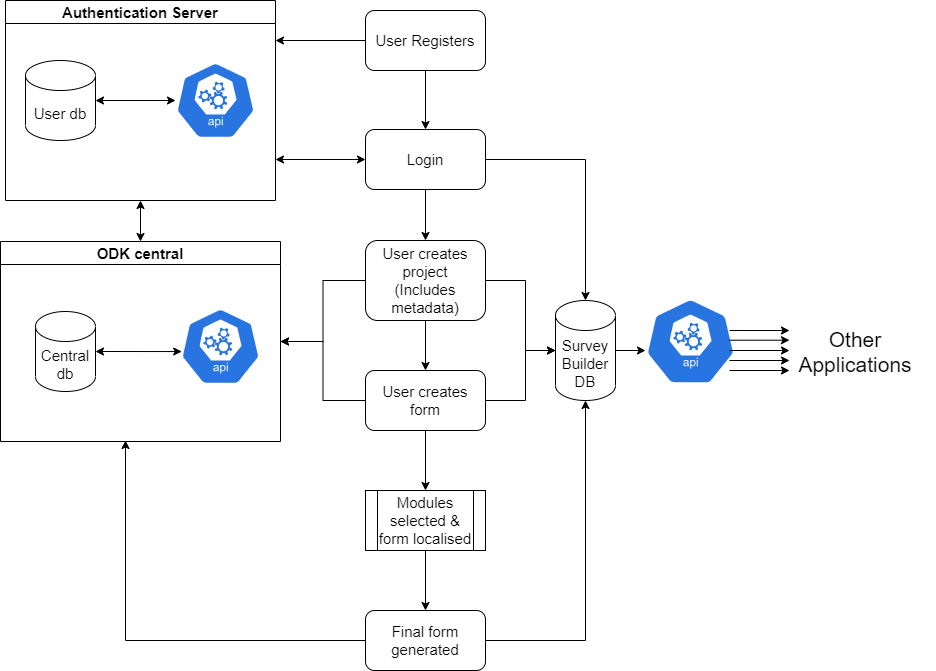
Above: source/images/survey_builder_process.png in l-gorman/rhomis-docs (draw.io), before the change. Source tidied: cells renumbered, new cells last; positions are measured from the earlier drawing's top-left corner, leaving out a move shared by most shapes.
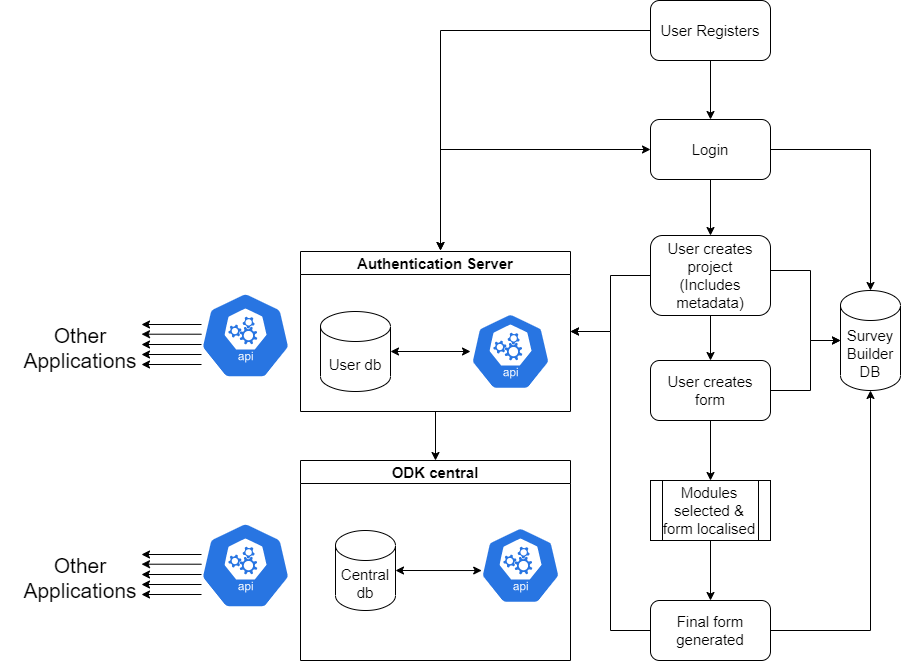
The same file after the commit.

Diff of the diagram source:
```diff
@@ -5,39 +5,31 @@
     <mxCell id="2" style="edgeStyle=orthogonalEdgeStyle;rounded=0;jettySize=auto;html=1;exitX=0.5;exitY=1;exitDx=0;exitDy=0;entryX=0.5;entryY=0;entryDx=0;entryDy=0;startArrow=none;startFill=0;fontSize=15;" parent="1" edge="1" source="4" target="8">
       <mxGeometry relative="1" as="geometry" />
     </mxCell>
-    <mxCell id="3" style="edgeStyle=orthogonalEdgeStyle;rounded=0;jettySize=auto;html=1;exitX=0;exitY=0.5;exitDx=0;exitDy=0;startArrow=none;startFill=0;fontSize=15;" parent="1" edge="1" source="4">
-      <mxGeometry relative="1" as="geometry">
-        <mxPoint x="275" y="40" as="targetPoint" />
-      </mxGeometry>
-    </mxCell>
+    <mxCell id="40" style="edgeStyle=orthogonalEdgeStyle;rounded=0;jettySize=auto;html=1;exitX=0;exitY=0.5;exitDx=0;exitDy=0;fontColor=#E6E6E6;startArrow=none;startFill=0;endArrow=classic;endFill=1;strokeColor=#000000;" parent="1" edge="1" source="4">
+      <mxGeometry relative="1" as="geometry">
+        <mxPoint x="155" y="260" as="targetPoint" />
+      </mxGeometry>
+    </mxCell>
     <mxCell id="4" value="User Registers" style="rounded=1;whiteSpace=wrap;html=1;fontSize=15;" parent="1" vertex="1">
       <mxGeometry x="365" y="10" width="120" height="60" as="geometry" />
     </mxCell>
     <mxCell id="5" style="edgeStyle=orthogonalEdgeStyle;rounded=0;jettySize=auto;html=1;exitX=0.5;exitY=1;exitDx=0;exitDy=0;entryX=0.5;entryY=0;entryDx=0;entryDy=0;startArrow=none;startFill=0;fontSize=15;" parent="1" edge="1" source="8" target="14">
       <mxGeometry relative="1" as="geometry" />
     </mxCell>
-    <mxCell id="6" style="edgeStyle=orthogonalEdgeStyle;rounded=0;jettySize=auto;html=1;exitX=0;exitY=0.5;exitDx=0;exitDy=0;startArrow=classic;startFill=1;fontSize=15;" parent="1" edge="1" source="8">
-      <mxGeometry relative="1" as="geometry">
-        <mxPoint x="275" y="159" as="targetPoint" />
-      </mxGeometry>
-    </mxCell>
     <mxCell id="7" style="edgeStyle=orthogonalEdgeStyle;rounded=0;jettySize=auto;html=1;exitX=1;exitY=0.5;exitDx=0;exitDy=0;entryX=0.5;entryY=0;entryDx=0;entryDy=0;entryPerimeter=0;startArrow=none;startFill=0;fontSize=15;" parent="1" edge="1" source="8" target="10">
       <mxGeometry relative="1" as="geometry" />
     </mxCell>
+    <mxCell id="41" style="edgeStyle=orthogonalEdgeStyle;rounded=0;jettySize=auto;html=1;exitX=0;exitY=0.5;exitDx=0;exitDy=0;fontColor=#E6E6E6;startArrow=classic;startFill=1;endArrow=classic;endFill=1;strokeColor=#000000;" parent="1" edge="1" source="8">
+      <mxGeometry relative="1" as="geometry">
+        <mxPoint x="155" y="260" as="targetPoint" />
+      </mxGeometry>
+    </mxCell>
     <mxCell id="8" value="Login" style="rounded=1;whiteSpace=wrap;html=1;fontSize=15;" parent="1" vertex="1">
       <mxGeometry x="365" y="129" width="120" height="60" as="geometry" />
     </mxCell>
-    <mxCell id="9" style="edgeStyle=orthogonalEdgeStyle;rounded=0;jettySize=auto;html=1;exitX=1;exitY=0.5;exitDx=0;exitDy=0;exitPerimeter=0;entryX=0;entryY=0.61;entryDx=0;entryDy=0;entryPerimeter=0;fontSize=15;startArrow=none;startFill=0;" parent="1" edge="1" source="10" target="33">
-      <mxGeometry relative="1" as="geometry" />
-    </mxCell>
     <mxCell id="10" value="Survey Builder DB" style="shape=cylinder3;whiteSpace=wrap;html=1;boundedLbl=1;backgroundOutline=1;size=15;fontSize=15;" parent="1" vertex="1">
       <mxGeometry x="555" y="300" width="60" height="100" as="geometry" />
     </mxCell>
-    <mxCell id="11" style="edgeStyle=orthogonalEdgeStyle;rounded=0;jettySize=auto;html=1;exitX=0;exitY=0.5;exitDx=0;exitDy=0;entryX=1;entryY=0.5;entryDx=0;entryDy=0;startArrow=none;startFill=0;fontSize=15;" parent="1" edge="1" target="24">
-      <mxGeometry relative="1" as="geometry">
-        <mxPoint x="365" y="280" as="sourcePoint" />
-      </mxGeometry>
-    </mxCell>
     <mxCell id="12" style="edgeStyle=orthogonalEdgeStyle;rounded=0;jettySize=auto;html=1;exitX=0.5;exitY=1;exitDx=0;exitDy=0;entryX=0.5;entryY=0;entryDx=0;entryDy=0;startArrow=none;startFill=0;fontSize=15;" parent="1" edge="1" source="14" target="18">
       <mxGeometry relative="1" as="geometry" />
     </mxCell>
@@ -49,12 +41,12 @@
         </Array>
       </mxGeometry>
     </mxCell>
+    <mxCell id="42" style="edgeStyle=orthogonalEdgeStyle;rounded=0;jettySize=auto;html=1;exitX=0;exitY=0.5;exitDx=0;exitDy=0;entryX=1;entryY=0.5;entryDx=0;entryDy=0;fontColor=#E6E6E6;startArrow=none;startFill=0;endArrow=classic;endFill=1;strokeColor=#000000;" parent="1" edge="1" source="14" target="20">
+      <mxGeometry relative="1" as="geometry" />
+    </mxCell>
     <mxCell id="14" value="User creates project&lt;br style=&quot;font-size: 15px;&quot;&gt;(Includes metadata)" style="rounded=1;whiteSpace=wrap;html=1;fontSize=15;" parent="1" vertex="1">
-      <mxGeometry x="365" y="240" width="120" height="80" as="geometry" />
+      <mxGeometry x="365" y="245" width="120" height="80" as="geometry" />
     </mxCell>
-    <mxCell id="15" style="edgeStyle=orthogonalEdgeStyle;rounded=0;jettySize=auto;html=1;exitX=0;exitY=0.5;exitDx=0;exitDy=0;entryX=1;entryY=0.5;entryDx=0;entryDy=0;startArrow=none;startFill=0;fontSize=15;" parent="1" edge="1" source="18" target="24">
-      <mxGeometry relative="1" as="geometry" />
-    </mxCell>
     <mxCell id="16" style="edgeStyle=orthogonalEdgeStyle;rounded=0;jettySize=auto;html=1;exitX=0.5;exitY=1;exitDx=0;exitDy=0;entryX=0.5;entryY=0;entryDx=0;entryDy=0;startArrow=none;startFill=0;fontSize=15;" parent="1" edge="1" source="18">
       <mxGeometry relative="1" as="geometry">
         <mxPoint x="425" y="490" as="targetPoint" />
@@ -72,11 +64,11 @@
     <mxCell id="18" value="User creates form" style="rounded=1;whiteSpace=wrap;html=1;fontSize=15;" parent="1" vertex="1">
       <mxGeometry x="365" y="370" width="120" height="60" as="geometry" />
     </mxCell>
-    <mxCell id="19" style="edgeStyle=orthogonalEdgeStyle;rounded=0;jettySize=auto;html=1;exitX=0.5;exitY=1;exitDx=0;exitDy=0;entryX=0.5;entryY=0;entryDx=0;entryDy=0;startArrow=classic;startFill=1;fontSize=15;" parent="1" edge="1" source="20" target="24">
+    <mxCell id="19" style="edgeStyle=orthogonalEdgeStyle;rounded=0;jettySize=auto;html=1;exitX=0.5;exitY=1;exitDx=0;exitDy=0;entryX=0.5;entryY=0;entryDx=0;entryDy=0;fontColor=#E6E6E6;startArrow=none;startFill=0;endArrow=classic;endFill=1;strokeColor=#000000;" parent="1" edge="1" source="20" target="24">
       <mxGeometry relative="1" as="geometry" />
     </mxCell>
     <mxCell id="20" value="Authentication Server" style="swimlane;fontSize=15;" parent="1" vertex="1">
-      <mxGeometry x="5" width="270" height="200" as="geometry" />
+      <mxGeometry x="15" y="261" width="270" height="160" as="geometry" />
     </mxCell>
     <mxCell id="21" style="html=1;dashed=0;whitespace=wrap;fillColor=#2875E2;strokeColor=#ffffff;points=[[0.005,0.63,0],[0.1,0.2,0],[0.9,0.2,0],[0.5,0,0],[0.995,0.63,0],[0.72,0.99,0],[0.5,1,0],[0.28,0.99,0]];shape=mxgraph.kubernetes.icon;prIcon=api;fontSize=15;" parent="20" vertex="1">
       <mxGeometry x="170" y="55" width="80" height="90" as="geometry" />
@@ -88,7 +80,7 @@
       <mxGeometry x="20" y="60" width="70" height="80" as="geometry" />
     </mxCell>
     <mxCell id="24" value="ODK central" style="swimlane;fontSize=15;" parent="1" vertex="1">
-      <mxGeometry y="241" width="280" height="200" as="geometry" />
+      <mxGeometry x="15" y="470" width="270" height="200" as="geometry" />
     </mxCell>
     <mxCell id="25" style="html=1;dashed=0;whitespace=wrap;fillColor=#2875E2;strokeColor=#ffffff;points=[[0.005,0.63,0],[0.1,0.2,0],[0.9,0.2,0],[0.5,0,0],[0.995,0.63,0],[0.72,0.99,0],[0.5,1,0],[0.28,0.99,0]];shape=mxgraph.kubernetes.icon;prIcon=api;fontSize=15;" parent="24" vertex="1">
       <mxGeometry x="180" y="60" width="80" height="90" as="geometry" />
@@ -105,52 +97,86 @@
     <mxCell id="29" value="Modules selected &amp;amp; form localised" style="shape=process;whiteSpace=wrap;html=1;backgroundOutline=1;fontSize=15;" parent="1" vertex="1">
       <mxGeometry x="365" y="490" width="120" height="60" as="geometry" />
     </mxCell>
-    <mxCell id="30" style="edgeStyle=orthogonalEdgeStyle;rounded=0;jettySize=auto;html=1;exitX=0;exitY=0.5;exitDx=0;exitDy=0;startArrow=none;startFill=0;fontSize=15;" parent="1" edge="1" source="32">
-      <mxGeometry relative="1" as="geometry">
-        <mxPoint x="125" y="440" as="targetPoint" />
-      </mxGeometry>
-    </mxCell>
     <mxCell id="31" style="edgeStyle=orthogonalEdgeStyle;rounded=0;jettySize=auto;html=1;exitX=1;exitY=0.5;exitDx=0;exitDy=0;entryX=0.5;entryY=1;entryDx=0;entryDy=0;entryPerimeter=0;fontSize=15;startArrow=none;startFill=0;" parent="1" edge="1" source="32" target="10">
       <mxGeometry relative="1" as="geometry" />
     </mxCell>
+    <mxCell id="43" style="edgeStyle=orthogonalEdgeStyle;rounded=0;jettySize=auto;html=1;exitX=0;exitY=0.5;exitDx=0;exitDy=0;entryX=1;entryY=0.5;entryDx=0;entryDy=0;fontColor=#E6E6E6;startArrow=none;startFill=0;endArrow=classic;endFill=1;strokeColor=#000000;" parent="1" edge="1" source="32" target="20">
+      <mxGeometry relative="1" as="geometry" />
+    </mxCell>
     <mxCell id="32" value="Final form generated" style="rounded=1;whiteSpace=wrap;html=1;fontSize=15;" parent="1" vertex="1">
       <mxGeometry x="365" y="610" width="120" height="60" as="geometry" />
     </mxCell>
-    <mxCell id="33" style="html=1;dashed=0;whitespace=wrap;fillColor=#2875E2;strokeColor=#ffffff;points=[[0.005,0.63,0],[0.1,0.2,0],[0.9,0.2,0],[0.5,0,0],[0.995,0.63,0],[0.72,0.99,0],[0.5,1,0],[0.28,0.99,0]];shape=mxgraph.kubernetes.icon;prIcon=api;" parent="1" vertex="1">
-      <mxGeometry x="645" y="296" width="90" height="90" as="geometry" />
-    </mxCell>
-    <mxCell id="34" style="endArrow=classic;html=1;" parent="1" edge="1">
-      <mxGeometry relative="1" as="geometry">
-        <mxPoint x="729" y="330" as="sourcePoint" />
-        <mxPoint x="789" y="330" as="targetPoint" />
-      </mxGeometry>
-    </mxCell>
-    <mxCell id="35" style="endArrow=classic;html=1;" parent="1" edge="1">
-      <mxGeometry relative="1" as="geometry">
-        <mxPoint x="729" y="339.7" as="sourcePoint" />
-        <mxPoint x="789" y="339.7" as="targetPoint" />
-      </mxGeometry>
-    </mxCell>
-    <mxCell id="36" style="endArrow=classic;html=1;" parent="1" edge="1">
-      <mxGeometry relative="1" as="geometry">
-        <mxPoint x="729" y="350" as="sourcePoint" />
-        <mxPoint x="789" y="350" as="targetPoint" />
-      </mxGeometry>
-    </mxCell>
-    <mxCell id="37" style="endArrow=classic;html=1;" parent="1" edge="1">
-      <mxGeometry relative="1" as="geometry">
-        <mxPoint x="729" y="360" as="sourcePoint" />
-        <mxPoint x="789" y="360" as="targetPoint" />
-      </mxGeometry>
-    </mxCell>
-    <mxCell id="38" style="endArrow=classic;html=1;" parent="1" edge="1">
-      <mxGeometry relative="1" as="geometry">
-        <mxPoint x="729" y="370" as="sourcePoint" />
-        <mxPoint x="789" y="370" as="targetPoint" />
-      </mxGeometry>
-    </mxCell>
-    <mxCell id="39" value="Other Applications" style="text;html=1;strokeColor=none;fillColor=none;align=center;verticalAlign=middle;whiteSpace=wrap;rounded=0;fontSize=21;" parent="1" vertex="1">
-      <mxGeometry x="775" y="322" width="160" height="58" as="geometry" />
-    </mxCell>
+    <mxCell id="44" style="html=1;dashed=0;whitespace=wrap;fillColor=#2875E2;strokeColor=#ffffff;shape=mxgraph.kubernetes.icon;prIcon=api;" parent="1" vertex="1">
+      <mxGeometry x="-85" y="300" width="90" height="90" as="geometry" />
+    </mxCell>
+    <mxCell id="45" style="endArrow=none;html=1;startArrow=classic;startFill=1;endFill=0;" parent="1" edge="1">
+      <mxGeometry relative="1" as="geometry">
+        <mxPoint x="-144" y="334" as="sourcePoint" />
+        <mxPoint x="-84" y="334" as="targetPoint" />
+      </mxGeometry>
+    </mxCell>
+    <mxCell id="46" style="endArrow=none;html=1;startArrow=classic;startFill=1;endFill=0;" parent="1" edge="1">
+      <mxGeometry relative="1" as="geometry">
+        <mxPoint x="-144" y="343.7" as="sourcePoint" />
+        <mxPoint x="-84" y="343.7" as="targetPoint" />
+      </mxGeometry>
+    </mxCell>
+    <mxCell id="47" style="endArrow=none;html=1;startArrow=classic;startFill=1;endFill=0;" parent="1" edge="1">
+      <mxGeometry relative="1" as="geometry">
+        <mxPoint x="-144" y="354" as="sourcePoint" />
+        <mxPoint x="-84" y="354" as="targetPoint" />
+      </mxGeometry>
+    </mxCell>
+    <mxCell id="48" style="endArrow=none;html=1;startArrow=classic;startFill=1;endFill=0;" parent="1" edge="1">
+      <mxGeometry relative="1" as="geometry">
+        <mxPoint x="-144" y="364" as="sourcePoint" />
+        <mxPoint x="-84" y="364" as="targetPoint" />
+      </mxGeometry>
+    </mxCell>
+    <mxCell id="49" style="endArrow=none;html=1;startArrow=classic;startFill=1;endFill=0;" parent="1" edge="1">
+      <mxGeometry relative="1" as="geometry">
+        <mxPoint x="-144" y="374" as="sourcePoint" />
+        <mxPoint x="-84" y="374" as="targetPoint" />
+      </mxGeometry>
+    </mxCell>
+    <mxCell id="50" value="Other Applications" style="text;html=1;strokeColor=none;fillColor=none;align=center;verticalAlign=middle;whiteSpace=wrap;rounded=0;fontSize=21;" parent="1" vertex="1">
+      <mxGeometry x="-285" y="328" width="160" height="58" as="geometry" />
+    </mxCell>
+    <mxCell id="51" style="html=1;dashed=0;whitespace=wrap;fillColor=#2875E2;strokeColor=#ffffff;shape=mxgraph.kubernetes.icon;prIcon=api;" parent="1" vertex="1">
+      <mxGeometry x="-85" y="530" width="90" height="90" as="geometry" />
+    </mxCell>
+    <mxCell id="52" style="endArrow=none;html=1;startArrow=classic;startFill=1;endFill=0;" parent="1" edge="1">
+      <mxGeometry relative="1" as="geometry">
+        <mxPoint x="-144" y="564" as="sourcePoint" />
+        <mxPoint x="-84" y="564" as="targetPoint" />
+      </mxGeometry>
+    </mxCell>
+    <mxCell id="53" style="endArrow=none;html=1;startArrow=classic;startFill=1;endFill=0;" parent="1" edge="1">
+      <mxGeometry relative="1" as="geometry">
+        <mxPoint x="-144" y="573.7" as="sourcePoint" />
+        <mxPoint x="-84" y="573.7" as="targetPoint" />
+      </mxGeometry>
+    </mxCell>
+    <mxCell id="54" style="endArrow=none;html=1;startArrow=classic;startFill=1;endFill=0;" parent="1" edge="1">
+      <mxGeometry relative="1" as="geometry">
+        <mxPoint x="-144" y="584" as="sourcePoint" />
+        <mxPoint x="-84" y="584" as="targetPoint" />
+      </mxGeometry>
+    </mxCell>
+    <mxCell id="55" style="endArrow=none;html=1;startArrow=classic;startFill=1;endFill=0;" parent="1" edge="1">
+      <mxGeometry relative="1" as="geometry">
+        <mxPoint x="-144" y="594" as="sourcePoint" />
+        <mxPoint x="-84" y="594" as="targetPoint" />
+      </mxGeometry>
+    </mxCell>
+    <mxCell id="56" style="endArrow=none;html=1;startArrow=classic;startFill=1;endFill=0;" parent="1" edge="1">
+      <mxGeometry relative="1" as="geometry">
+        <mxPoint x="-144" y="604" as="sourcePoint" />
+        <mxPoint x="-84" y="604" as="targetPoint" />
+      </mxGeometry>
+    </mxCell>
+    <mxCell id="57" value="Other Applications" style="text;html=1;strokeColor=none;fillColor=none;align=center;verticalAlign=middle;whiteSpace=wrap;rounded=0;fontSize=21;" parent="1" vertex="1">
+      <mxGeometry x="-285" y="558" width="160" height="58" as="geometry" />
+    </mxCell>
   </root>
 </mxGraphModel>
```
